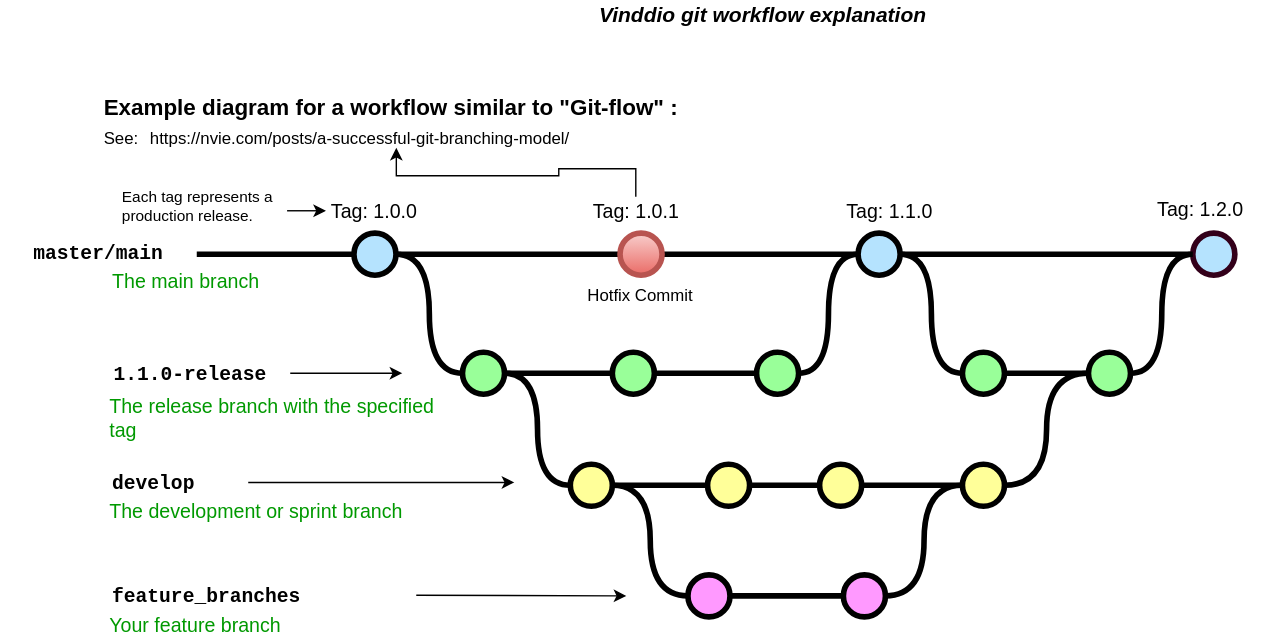
This is diagrams/branchs_workflows.svg from vindio-art/git_workflows, a draw.io export, as it was before one commit. Source tidied: cells renumbered, new cells last; positions are measured from the earlier drawing's top-left corner, leaving out a move shared by most shapes. Its diagram source:
```xml
<mxGraphModel>
  <root>
    <mxCell id="0" />
    <mxCell id="1" parent="0" />
    <mxCell id="2" value="Hotfix Commit" style="text;html=1;strokeColor=none;fillColor=none;align=center;verticalAlign=middle;whiteSpace=wrap;overflow=hidden;" parent="1" vertex="1">
      <mxGeometry x="417.2" y="196" width="80" height="30" as="geometry" />
    </mxCell>
    <mxCell id="3" style="edgeStyle=orthogonalEdgeStyle;rounded=0;html=1;jettySize=auto;plain-blue;endArrow=none;endFill=0;strokeWidth=4;strokeColor=#000000;entryX=0;entryY=0.5;entryDx=0;entryDy=0;entryPerimeter=0;" parent="1" edge="1" source="5" target="55">
      <mxGeometry x="292.2" y="211" as="geometry" />
    </mxCell>
    <mxCell id="4" style="edgeStyle=orthogonalEdgeStyle;curved=1;rounded=0;html=1;exitX=1;exitY=0.5;exitPerimeter=0;entryX=0;entryY=0.5;entryPerimeter=0;endArrow=none;endFill=0;jettySize=auto;strokeWidth=4;fontSize=15;" parent="1" edge="1" source="5" target="13">
      <mxGeometry relative="1" as="geometry" />
    </mxCell>
    <mxCell id="5" style="verticalLabelPosition=bottom;verticalAlign=top;html=1;strokeWidth=4;shape=mxgraph.flowchart.on-page_reference;plain-blue;gradientColor=none;fillColor=#B5E3Fe;strokeColor=#000000;" parent="1" vertex="1">
      <mxGeometry x="252.2" y="166" width="30" height="30" as="geometry" />
    </mxCell>
    <mxCell id="6" style="edgeStyle=orthogonalEdgeStyle;curved=1;rounded=0;jettySize=auto;html=1;endArrow=none;endFill=0;strokeWidth=4;entryX=0;entryY=0.5;entryDx=0;entryDy=0;entryPerimeter=0;" parent="1" edge="1" source="8" target="9">
      <mxGeometry relative="1" as="geometry" />
    </mxCell>
    <mxCell id="7" style="edgeStyle=orthogonalEdgeStyle;curved=1;rounded=0;jettySize=auto;html=1;exitX=1;exitY=0.5;exitDx=0;exitDy=0;exitPerimeter=0;entryX=0;entryY=0.5;entryDx=0;entryDy=0;entryPerimeter=0;endArrow=none;endFill=0;strokeWidth=4;fontFamily=Courier New;fontColor=#009900;" parent="1" edge="1" source="8" target="45">
      <mxGeometry relative="1" as="geometry" />
    </mxCell>
    <mxCell id="8" style="verticalLabelPosition=bottom;verticalAlign=top;html=1;strokeWidth=4;shape=mxgraph.flowchart.on-page_reference;plain-blue;gradientColor=none;strokeColor=#000000;fillColor=#B5E3FE;" parent="1" vertex="1">
      <mxGeometry x="612.2" y="166" width="30" height="30" as="geometry" />
    </mxCell>
    <mxCell id="9" style="verticalLabelPosition=bottom;verticalAlign=top;html=1;strokeWidth=4;shape=mxgraph.flowchart.on-page_reference;plain-blue;gradientColor=none;strokeColor=#33001A;fillColor=#B5E3FE;" parent="1" vertex="1">
      <mxGeometry x="851.2" y="166" width="30" height="30" as="geometry" />
    </mxCell>
    <mxCell id="10" style="edgeStyle=orthogonalEdgeStyle;rounded=0;html=1;jettySize=auto;strokeWidth=4;endArrow=none;endFill=0;" parent="1" edge="1" target="5">
      <mxGeometry x="192.2" y="211" as="geometry">
        <mxPoint x="140" y="181" as="sourcePoint" />
      </mxGeometry>
    </mxCell>
    <mxCell id="11" value="master/main" style="text;html=1;strokeColor=none;fillColor=none;align=center;verticalAlign=middle;whiteSpace=wrap;overflow=hidden;fontSize=14;fontStyle=1;fontFamily=Courier New;" parent="1" vertex="1">
      <mxGeometry y="160" width="140" height="42" as="geometry" />
    </mxCell>
    <mxCell id="12" style="edgeStyle=orthogonalEdgeStyle;curved=1;rounded=0;html=1;exitX=1;exitY=0.5;exitPerimeter=0;endArrow=none;endFill=0;jettySize=auto;strokeWidth=4;fontSize=15;" parent="1" edge="1" source="13" target="15">
      <mxGeometry relative="1" as="geometry" />
    </mxCell>
    <mxCell id="13" style="verticalLabelPosition=bottom;verticalAlign=top;html=1;strokeWidth=4;shape=mxgraph.flowchart.on-page_reference;plain-purple;gradientColor=none;strokeColor=#000000;fillColor=#99FF99;" parent="1" vertex="1">
      <mxGeometry x="329.8" y="251" width="30" height="30" as="geometry" />
    </mxCell>
    <mxCell id="14" style="edgeStyle=orthogonalEdgeStyle;curved=1;rounded=0;html=1;exitX=1;exitY=0.5;exitPerimeter=0;entryX=0;entryY=0.5;entryPerimeter=0;endArrow=none;endFill=0;jettySize=auto;strokeWidth=4;fontSize=15;" parent="1" edge="1" source="15" target="17">
      <mxGeometry relative="1" as="geometry" />
    </mxCell>
    <mxCell id="15" style="verticalLabelPosition=bottom;verticalAlign=top;html=1;strokeWidth=4;shape=mxgraph.flowchart.on-page_reference;plain-purple;gradientColor=none;strokeColor=#000000;fillColor=#99FF99;" parent="1" vertex="1">
      <mxGeometry x="436.8" y="251" width="30" height="30" as="geometry" />
    </mxCell>
    <mxCell id="16" style="edgeStyle=orthogonalEdgeStyle;curved=1;rounded=0;html=1;exitX=1;exitY=0.5;exitPerimeter=0;entryX=0;entryY=0.5;entryPerimeter=0;endArrow=none;endFill=0;jettySize=auto;strokeWidth=4;fontSize=15;" parent="1" edge="1" source="17" target="8">
      <mxGeometry relative="1" as="geometry" />
    </mxCell>
    <mxCell id="17" style="verticalLabelPosition=bottom;verticalAlign=top;html=1;strokeWidth=4;shape=mxgraph.flowchart.on-page_reference;plain-purple;gradientColor=none;strokeColor=#000000;fillColor=#99FF99;" parent="1" vertex="1">
      <mxGeometry x="539.8" y="251" width="30" height="30" as="geometry" />
    </mxCell>
    <mxCell id="18" value="1.1.0-release" style="text;html=1;strokeColor=none;fillColor=none;align=left;verticalAlign=middle;whiteSpace=wrap;overflow=hidden;fontSize=14;fontStyle=1;fontFamily=Courier New;" parent="1" vertex="1">
      <mxGeometry x="78.8" y="256" width="240" height="20" as="geometry" />
    </mxCell>
    <mxCell id="19" style="edgeStyle=orthogonalEdgeStyle;rounded=0;jettySize=auto;html=1;endArrow=none;endFill=0;strokeWidth=4;" parent="1" edge="1" source="22" target="24">
      <mxGeometry relative="1" as="geometry" />
    </mxCell>
    <mxCell id="20" style="edgeStyle=orthogonalEdgeStyle;rounded=0;jettySize=auto;html=1;entryX=1;entryY=0.5;entryDx=0;entryDy=0;entryPerimeter=0;endArrow=none;endFill=0;strokeWidth=4;curved=1;" parent="1" edge="1" source="22" target="13">
      <mxGeometry relative="1" as="geometry" />
    </mxCell>
    <mxCell id="21" style="edgeStyle=orthogonalEdgeStyle;curved=1;rounded=0;jettySize=auto;html=1;exitX=1;exitY=0.5;exitDx=0;exitDy=0;exitPerimeter=0;entryX=0;entryY=0.5;entryDx=0;entryDy=0;entryPerimeter=0;endArrow=none;endFill=0;strokeWidth=4;fontFamily=Courier New;fontColor=#009900;" parent="1" edge="1" source="22" target="31">
      <mxGeometry relative="1" as="geometry" />
    </mxCell>
    <mxCell id="22" style="verticalLabelPosition=bottom;verticalAlign=top;html=1;strokeWidth=4;shape=mxgraph.flowchart.on-page_reference;plain-purple;gradientColor=none;strokeColor=#000000;fillColor=#FFFF99;" parent="1" vertex="1">
      <mxGeometry x="406.8" y="331" width="30" height="30" as="geometry" />
    </mxCell>
    <mxCell id="23" style="edgeStyle=orthogonalEdgeStyle;curved=1;rounded=0;jettySize=auto;html=1;endArrow=none;endFill=0;strokeWidth=4;" parent="1" edge="1" source="24" target="26">
      <mxGeometry relative="1" as="geometry" />
    </mxCell>
    <mxCell id="24" style="verticalLabelPosition=bottom;verticalAlign=top;html=1;strokeWidth=4;shape=mxgraph.flowchart.on-page_reference;plain-purple;gradientColor=none;strokeColor=#000000;fillColor=#FFFF99;" parent="1" vertex="1">
      <mxGeometry x="504.8" y="331" width="30" height="30" as="geometry" />
    </mxCell>
    <mxCell id="25" style="edgeStyle=orthogonalEdgeStyle;curved=1;rounded=0;jettySize=auto;html=1;endArrow=none;endFill=0;strokeWidth=4;fontFamily=Courier New;fontColor=#009900;" parent="1" edge="1" source="26" target="28">
      <mxGeometry relative="1" as="geometry" />
    </mxCell>
    <mxCell id="26" style="verticalLabelPosition=bottom;verticalAlign=top;html=1;strokeWidth=4;shape=mxgraph.flowchart.on-page_reference;plain-purple;gradientColor=none;strokeColor=#000000;fillColor=#FFFF99;" parent="1" vertex="1">
      <mxGeometry x="584.8" y="331" width="30" height="30" as="geometry" />
    </mxCell>
    <mxCell id="27" style="edgeStyle=orthogonalEdgeStyle;curved=1;rounded=0;jettySize=auto;html=1;entryX=0;entryY=0.5;entryDx=0;entryDy=0;entryPerimeter=0;endArrow=none;endFill=0;strokeWidth=4;fontFamily=Courier New;fontColor=#009900;" parent="1" edge="1" source="28" target="47">
      <mxGeometry relative="1" as="geometry" />
    </mxCell>
    <mxCell id="28" style="verticalLabelPosition=bottom;verticalAlign=top;html=1;strokeWidth=4;shape=mxgraph.flowchart.on-page_reference;plain-purple;gradientColor=none;strokeColor=#000000;fillColor=#FFFF99;" parent="1" vertex="1">
      <mxGeometry x="686.8" y="331" width="30" height="30" as="geometry" />
    </mxCell>
    <mxCell id="29" value="develop" style="text;html=1;strokeColor=none;fillColor=none;align=left;verticalAlign=middle;whiteSpace=wrap;overflow=hidden;fontSize=14;fontStyle=1;fontFamily=Courier New;" parent="1" vertex="1">
      <mxGeometry x="77.8" y="334" width="91" height="20" as="geometry" />
    </mxCell>
    <mxCell id="30" style="edgeStyle=orthogonalEdgeStyle;rounded=0;jettySize=auto;html=1;endArrow=none;endFill=0;strokeWidth=4;" parent="1" edge="1" source="31" target="33">
      <mxGeometry relative="1" as="geometry" />
    </mxCell>
    <mxCell id="31" style="verticalLabelPosition=bottom;verticalAlign=top;html=1;strokeWidth=4;shape=mxgraph.flowchart.on-page_reference;plain-purple;gradientColor=none;strokeColor=#000000;fillColor=#FF99FF;" parent="1" vertex="1">
      <mxGeometry x="490.8" y="410" width="30" height="30" as="geometry" />
    </mxCell>
    <mxCell id="32" style="edgeStyle=orthogonalEdgeStyle;curved=1;rounded=0;jettySize=auto;html=1;exitX=1;exitY=0.5;exitDx=0;exitDy=0;exitPerimeter=0;entryX=0;entryY=0.5;entryDx=0;entryDy=0;entryPerimeter=0;endArrow=none;endFill=0;strokeWidth=4;fontFamily=Courier New;fontColor=#009900;" parent="1" edge="1" source="33" target="28">
      <mxGeometry relative="1" as="geometry" />
    </mxCell>
    <mxCell id="33" style="verticalLabelPosition=bottom;verticalAlign=top;html=1;strokeWidth=4;shape=mxgraph.flowchart.on-page_reference;plain-purple;gradientColor=none;strokeColor=#000000;fillColor=#FF99FF;" parent="1" vertex="1">
      <mxGeometry x="601.8" y="410" width="30" height="30" as="geometry" />
    </mxCell>
    <mxCell id="34" value="feature_branches" style="text;html=1;strokeColor=none;fillColor=none;align=left;verticalAlign=middle;whiteSpace=wrap;overflow=hidden;fontSize=14;fontStyle=1;fontFamily=Courier New;" parent="1" vertex="1">
      <mxGeometry x="77.5" y="415" width="240" height="20" as="geometry" />
    </mxCell>
    <mxCell id="35" value="The development or sprint branch" style="text;html=1;strokeColor=none;fillColor=none;align=left;verticalAlign=middle;whiteSpace=wrap;overflow=hidden;fontSize=14;fontStyle=0;fontColor=#009900;" parent="1" vertex="1">
      <mxGeometry x="75.8" y="354" width="240" height="20" as="geometry" />
    </mxCell>
    <mxCell id="36" value="Your feature branch" style="text;html=1;strokeColor=none;fillColor=none;align=left;verticalAlign=middle;whiteSpace=wrap;overflow=hidden;fontSize=14;fontStyle=0;fontColor=#009900;" parent="1" vertex="1">
      <mxGeometry x="75.8" y="435" width="240" height="20" as="geometry" />
    </mxCell>
    <mxCell id="37" value="The release branch with the specified tag" style="text;html=1;strokeColor=none;fillColor=none;align=left;verticalAlign=middle;whiteSpace=wrap;overflow=hidden;fontSize=14;fontStyle=0;fontColor=#009900;" parent="1" vertex="1">
      <mxGeometry x="75.8" y="276" width="256.8" height="44" as="geometry" />
    </mxCell>
    <mxCell id="38" value="The main branch&lt;br&gt;" style="text;html=1;strokeColor=none;fillColor=none;align=left;verticalAlign=middle;whiteSpace=wrap;overflow=hidden;fontSize=14;fontStyle=0;fontColor=#009900;" parent="1" vertex="1">
      <mxGeometry x="78.2" y="190" width="146.8" height="20" as="geometry" />
    </mxCell>
    <mxCell id="39" style="endArrow=classic;html=1;strokeWidth=1;fontFamily=Courier New;fontColor=#009900;" parent="1" edge="1">
      <mxGeometry relative="1" as="geometry">
        <mxPoint x="296.8" y="424.5" as="sourcePoint" />
        <mxPoint x="446.8" y="425" as="targetPoint" />
      </mxGeometry>
    </mxCell>
    <mxCell id="40" style="endArrow=classic;html=1;strokeWidth=1;fontFamily=Courier New;fontColor=#009900;" parent="1" edge="1">
      <mxGeometry relative="1" as="geometry">
        <mxPoint x="176.8" y="344" as="sourcePoint" />
        <mxPoint x="366.8" y="344" as="targetPoint" />
      </mxGeometry>
    </mxCell>
    <mxCell id="41" style="endArrow=classic;html=1;strokeWidth=1;fontFamily=Courier New;fontColor=#009900;" parent="1" edge="1">
      <mxGeometry relative="1" as="geometry">
        <mxPoint x="206.8" y="266" as="sourcePoint" />
        <mxPoint x="286.8" y="266" as="targetPoint" />
      </mxGeometry>
    </mxCell>
    <mxCell id="42" value="Tag: 1.1.0" style="text;html=1;strokeColor=none;fillColor=none;align=center;verticalAlign=middle;whiteSpace=wrap;overflow=hidden;fontSize=14;" parent="1" vertex="1">
      <mxGeometry x="580.2" y="140" width="110" height="20" as="geometry" />
    </mxCell>
    <mxCell id="43" value="Tag: 1.0.0" style="text;html=1;strokeColor=none;fillColor=none;align=center;verticalAlign=middle;whiteSpace=wrap;overflow=hidden;fontSize=14;" parent="1" vertex="1">
      <mxGeometry x="232.2" y="140" width="70" height="20" as="geometry" />
    </mxCell>
    <mxCell id="44" style="edgeStyle=orthogonalEdgeStyle;curved=1;rounded=0;jettySize=auto;html=1;endArrow=none;endFill=0;strokeWidth=4;fontFamily=Courier New;fontColor=#009900;" parent="1" edge="1" source="45" target="47">
      <mxGeometry relative="1" as="geometry" />
    </mxCell>
    <mxCell id="45" style="verticalLabelPosition=bottom;verticalAlign=top;html=1;strokeWidth=4;shape=mxgraph.flowchart.on-page_reference;plain-purple;gradientColor=none;strokeColor=#000000;fillColor=#99FF99;" parent="1" vertex="1">
      <mxGeometry x="686.8" y="251" width="30" height="30" as="geometry" />
    </mxCell>
    <mxCell id="46" style="edgeStyle=orthogonalEdgeStyle;curved=1;rounded=0;jettySize=auto;html=1;entryX=0;entryY=0.5;entryDx=0;entryDy=0;entryPerimeter=0;endArrow=none;endFill=0;strokeWidth=4;fontFamily=Courier New;fontColor=#009900;" parent="1" edge="1" source="47" target="9">
      <mxGeometry relative="1" as="geometry" />
    </mxCell>
    <mxCell id="47" style="verticalLabelPosition=bottom;verticalAlign=top;html=1;strokeWidth=4;shape=mxgraph.flowchart.on-page_reference;plain-purple;gradientColor=none;strokeColor=#000000;fillColor=#99FF99;" parent="1" vertex="1">
      <mxGeometry x="776.8" y="251" width="30" height="30" as="geometry" />
    </mxCell>
    <mxCell id="48" value="Tag: 1.2.0" style="text;html=1;strokeColor=none;fillColor=none;align=center;verticalAlign=middle;whiteSpace=wrap;overflow=hidden;fontSize=14;" parent="1" vertex="1">
      <mxGeometry x="802.2" y="138" width="110" height="20" as="geometry" />
    </mxCell>
    <mxCell id="49" style="edgeStyle=orthogonalEdgeStyle;rounded=0;jettySize=auto;html=1;fontSize=12;fontColor=#000000;entryX=0;entryY=0.5;entryDx=0;entryDy=0;" parent="1" edge="1" source="50" target="43">
      <mxGeometry relative="1" as="geometry">
        <Array as="points">
          <mxPoint x="212.2" y="150" />
          <mxPoint x="212.2" y="150" />
        </Array>
      </mxGeometry>
    </mxCell>
    <mxCell id="50" value="&lt;span style=&quot;text-align: center; font-size: 11px;&quot;&gt;Each tag represents a production release.&lt;/span&gt;" style="text;html=1;strokeColor=none;fillColor=none;align=left;verticalAlign=middle;whiteSpace=wrap;overflow=hidden;fontSize=11;fontStyle=0;fontColor=#000000;" parent="1" vertex="1">
      <mxGeometry x="84.5" y="128" width="120" height="38" as="geometry" />
    </mxCell>
    <mxCell id="51" value="Example diagram for a workflow similar to &quot;Git-flow&quot; :" style="text;whiteSpace=wrap;html=1;fontStyle=1;fontSize=16;" parent="1" vertex="1">
      <mxGeometry x="72.2" y="60" width="427.8" height="20" as="geometry" />
    </mxCell>
    <mxCell id="52" value="&lt;a href=&quot;https://nvie.com/posts/a-successful-git-branching-model/&quot;&gt;https://nvie.com/posts/a-successful-git-branching-model/&lt;/a&gt;" style="text;whiteSpace=wrap;html=1;" parent="1" vertex="1">
      <mxGeometry x="105" y="85" width="355" height="20" as="geometry" />
    </mxCell>
    <mxCell id="53" value="See:" style="text;whiteSpace=wrap;html=1;" parent="1" vertex="1">
      <mxGeometry x="72.2" y="85" width="32.8" height="20" as="geometry" />
    </mxCell>
    <mxCell id="54" style="edgeStyle=orthogonalEdgeStyle;rounded=0;jettySize=auto;html=1;fontSize=15;endArrow=none;endFill=0;strokeWidth=4;entryX=0;entryY=0.5;entryDx=0;entryDy=0;entryPerimeter=0;" parent="1" edge="1" source="55" target="8">
      <mxGeometry relative="1" as="geometry" />
    </mxCell>
    <mxCell id="55" style="verticalLabelPosition=bottom;verticalAlign=top;html=1;strokeWidth=4;shape=mxgraph.flowchart.on-page_reference;plain-blue;gradientColor=#EA6B66;strokeColor=#B85450;fillColor=#F8CECC;" parent="1" vertex="1">
      <mxGeometry x="442.2" y="166" width="30" height="30" as="geometry" />
    </mxCell>
    <mxCell id="56" style="edgeStyle=orthogonalEdgeStyle;rounded=0;jettySize=auto;html=1;" parent="1" edge="1" source="57" target="52">
      <mxGeometry relative="1" as="geometry" />
    </mxCell>
    <mxCell id="57" value="Tag: 1.0.1" style="text;html=1;strokeColor=none;fillColor=none;align=center;verticalAlign=middle;whiteSpace=wrap;overflow=hidden;fontSize=14;" parent="1" vertex="1">
      <mxGeometry x="418.5" y="140" width="70" height="20" as="geometry" />
    </mxCell>
    <mxCell id="58" value="&lt;font style=&quot;font-size: 15px&quot;&gt;&lt;b&gt;&lt;i&gt;Vinddio git workflow explanation&lt;/i&gt;&lt;/b&gt;&lt;/font&gt;" style="text;html=1;align=center;verticalAlign=middle;strokeColor=none;fillColor=none;strokeWidth=1;" parent="1" vertex="1">
      <mxGeometry x="418.5" width="250" height="20" as="geometry" />
    </mxCell>
  </root>
</mxGraphModel>
```
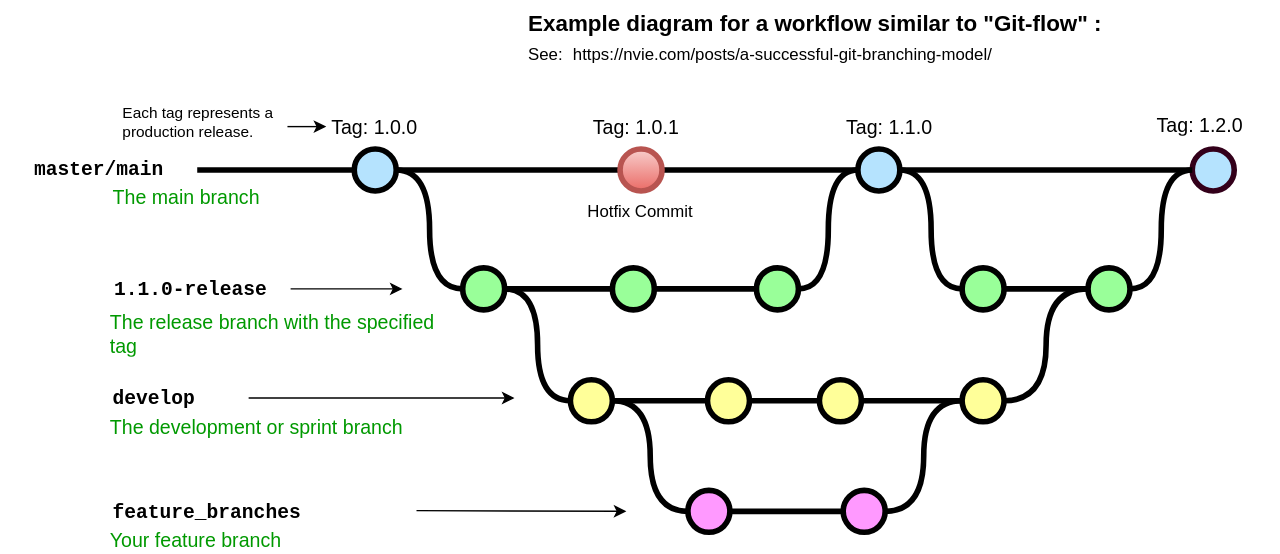
The same diagram one commit later.

Change to the diagram source:
```diff
@@ -166,13 +166,13 @@
       <mxGeometry x="84.5" y="128" width="120" height="38" as="geometry" />
     </mxCell>
     <mxCell id="51" value="Example diagram for a workflow similar to &quot;Git-flow&quot; :" style="text;whiteSpace=wrap;html=1;fontStyle=1;fontSize=16;" parent="1" vertex="1">
-      <mxGeometry x="72.2" y="60" width="427.8" height="20" as="geometry" />
+      <mxGeometry x="374.5" y="60" width="427.8" height="20" as="geometry" />
     </mxCell>
     <mxCell id="52" value="&lt;a href=&quot;https://nvie.com/posts/a-successful-git-branching-model/&quot;&gt;https://nvie.com/posts/a-successful-git-branching-model/&lt;/a&gt;" style="text;whiteSpace=wrap;html=1;" parent="1" vertex="1">
-      <mxGeometry x="105" y="85" width="355" height="20" as="geometry" />
+      <mxGeometry x="407.2" y="85" width="355" height="20" as="geometry" />
     </mxCell>
     <mxCell id="53" value="See:" style="text;whiteSpace=wrap;html=1;" parent="1" vertex="1">
-      <mxGeometry x="72.2" y="85" width="32.8" height="20" as="geometry" />
+      <mxGeometry x="374.5" y="85" width="32.8" height="20" as="geometry" />
     </mxCell>
     <mxCell id="54" style="edgeStyle=orthogonalEdgeStyle;rounded=0;jettySize=auto;html=1;fontSize=15;endArrow=none;endFill=0;strokeWidth=4;entryX=0;entryY=0.5;entryDx=0;entryDy=0;entryPerimeter=0;" parent="1" edge="1" source="55" target="8">
       <mxGeometry relative="1" as="geometry" />
@@ -180,14 +180,8 @@
     <mxCell id="55" style="verticalLabelPosition=bottom;verticalAlign=top;html=1;strokeWidth=4;shape=mxgraph.flowchart.on-page_reference;plain-blue;gradientColor=#EA6B66;strokeColor=#B85450;fillColor=#F8CECC;" parent="1" vertex="1">
       <mxGeometry x="442.2" y="166" width="30" height="30" as="geometry" />
     </mxCell>
-    <mxCell id="56" style="edgeStyle=orthogonalEdgeStyle;rounded=0;jettySize=auto;html=1;" parent="1" edge="1" source="57" target="52">
-      <mxGeometry relative="1" as="geometry" />
-    </mxCell>
     <mxCell id="57" value="Tag: 1.0.1" style="text;html=1;strokeColor=none;fillColor=none;align=center;verticalAlign=middle;whiteSpace=wrap;overflow=hidden;fontSize=14;" parent="1" vertex="1">
       <mxGeometry x="418.5" y="140" width="70" height="20" as="geometry" />
     </mxCell>
-    <mxCell id="58" value="&lt;font style=&quot;font-size: 15px&quot;&gt;&lt;b&gt;&lt;i&gt;Vinddio git workflow explanation&lt;/i&gt;&lt;/b&gt;&lt;/font&gt;" style="text;html=1;align=center;verticalAlign=middle;strokeColor=none;fillColor=none;strokeWidth=1;" parent="1" vertex="1">
-      <mxGeometry x="418.5" width="250" height="20" as="geometry" />
-    </mxCell>
   </root>
 </mxGraphModel>
```
